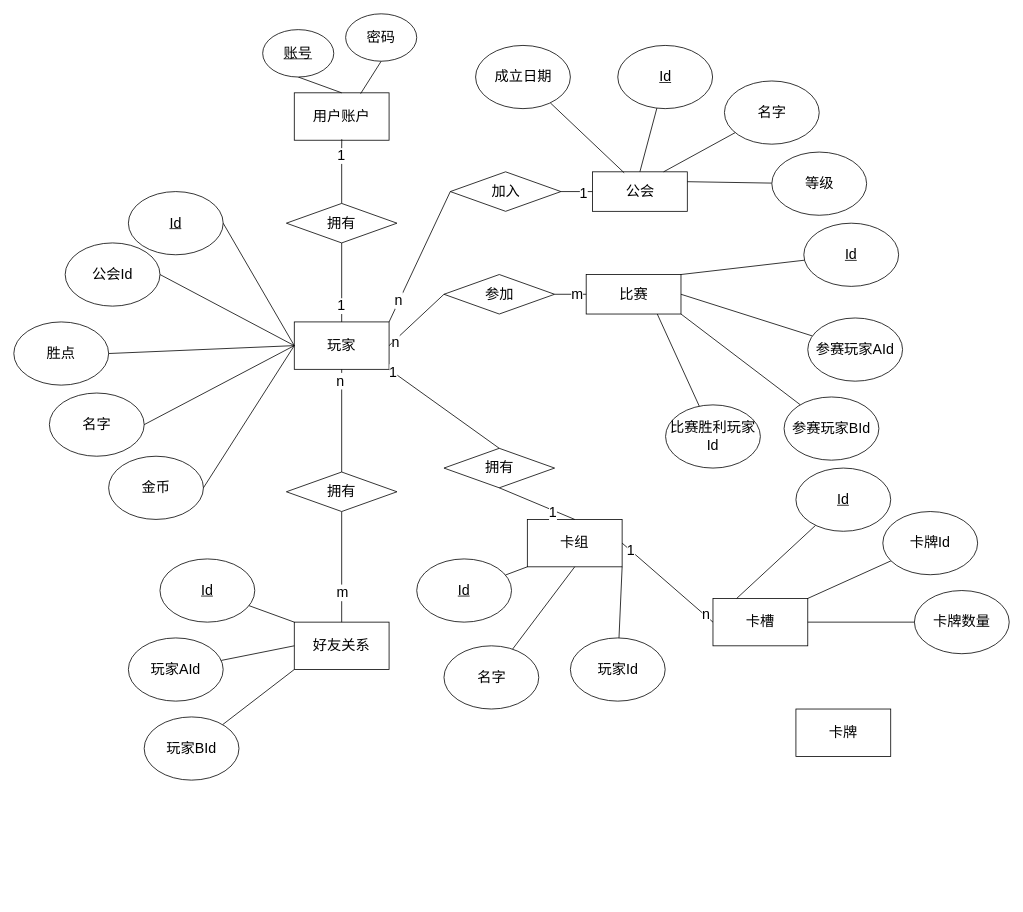
Before: BS_ER.drawio in zgzcir/draw.io, a draw.io diagram. Source tidied: cells renumbered, new cells numbered last; positions are measured from the earlier drawing's top-left corner, leaving out a move shared by most shapes. Both pictures are drawn from the tidied source at 79%, with x=0, y=0 at pixel (13, 13).
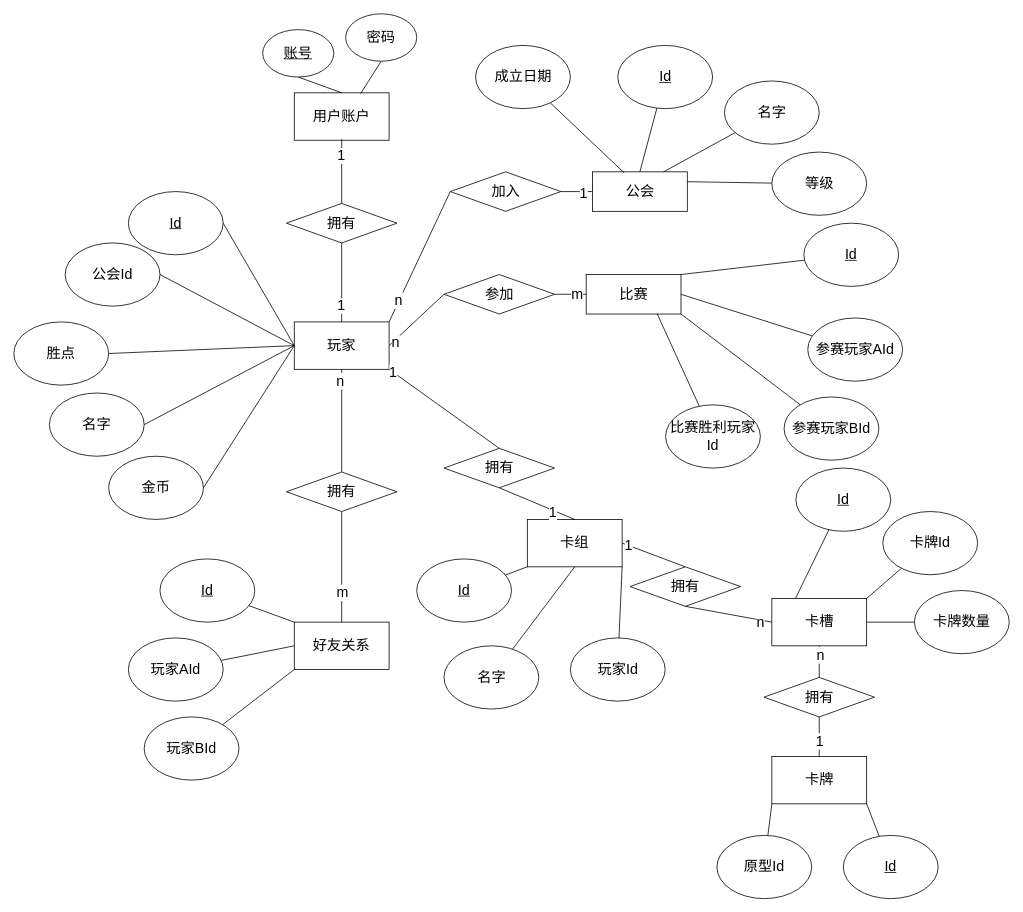
The same page after the edit.

The change refers to these unchanged cells:
```xml
<mxCell id="65" value="卡组" style="rounded=0;whiteSpace=wrap;html=1;fontSize=18;" parent="1" vertex="1">
  <mxGeometry x="650" y="640" width="120" height="60" as="geometry" />
</mxCell>
```

Diff of the diagram source:
```diff
@@
     <mxCell id="77" value="卡槽" style="rounded=0;whiteSpace=wrap;html=1;fontSize=18;" parent="1" vertex="1">
-      <mxGeometry x="885" y="740" width="120" height="60" as="geometry" />
+      <mxGeometry x="959.5" y="740" width="120" height="60" as="geometry" />
     </mxCell>
@@
-    <mxCell id="84" style="endArrow=none;html=1;shadow=0;fontSize=18;strokeColor=#000000;entryX=1;entryY=0.5;entryDx=0;entryDy=0;exitX=0;exitY=0.5;exitDx=0;exitDy=0;" parent="1" edge="1" source="77" target="65">
+    <mxCell id="84" style="endArrow=none;html=1;shadow=0;fontSize=18;strokeColor=#000000;entryX=1;entryY=0.5;entryDx=0;entryDy=0;exitX=0.5;exitY=0;exitDx=0;exitDy=0;" parent="1" edge="1" source="92" target="65">
       <mxGeometry relative="1" as="geometry" />
     </mxCell>
@@
-    <mxCell id="86" value="n" style="edgeLabel;html=1;align=center;verticalAlign=middle;fontSize=18;" parent="84" vertex="1">
-      <mxGeometry x="-0.81" y="-2" relative="1" as="geometry" />
-    </mxCell>
     <mxCell id="87" value="卡牌" style="rounded=0;whiteSpace=wrap;html=1;fontSize=18;" parent="1" vertex="1">
-      <mxGeometry x="990" y="880" width="120" height="60" as="geometry" />
+      <mxGeometry x="959.5" y="940" width="120" height="60" as="geometry" />
     </mxCell>
+    <mxCell id="88" style="endArrow=none;html=1;exitX=1;exitY=1;exitDx=0;exitDy=0;fontSize=18;" parent="1" edge="1" source="87" target="89">
+      <mxGeometry relative="1" as="geometry" />
+    </mxCell>
+    <mxCell id="89" value="&lt;u style=&quot;font-size: 18px;&quot;&gt;Id&lt;/u&gt;" style="ellipse;whiteSpace=wrap;html=1;fontSize=18;" parent="1" vertex="1">
+      <mxGeometry x="1050" y="1040" width="120" height="80" as="geometry" />
+    </mxCell>
+    <mxCell id="90" style="endArrow=none;html=1;exitX=0;exitY=1;exitDx=0;exitDy=0;fontSize=18;" parent="1" edge="1" source="87" target="91">
+      <mxGeometry relative="1" as="geometry" />
+    </mxCell>
+    <mxCell id="91" value="原型Id" style="ellipse;whiteSpace=wrap;html=1;fontSize=18;" parent="1" vertex="1">
+      <mxGeometry x="890" y="1040" width="120" height="80" as="geometry" />
+    </mxCell>
+    <mxCell id="92" value="拥有" style="rhombus;whiteSpace=wrap;html=1;fontSize=18;" parent="1" vertex="1">
+      <mxGeometry x="780" y="700" width="140" height="50" as="geometry" />
+    </mxCell>
+    <mxCell id="93" style="endArrow=none;html=1;shadow=0;fontSize=18;strokeColor=#000000;entryX=0.5;entryY=1;entryDx=0;entryDy=0;exitX=0;exitY=0.5;exitDx=0;exitDy=0;" parent="1" edge="1" source="77" target="92">
+      <mxGeometry relative="1" as="geometry" />
+    </mxCell>
+    <mxCell id="94" value="n" style="edgeLabel;html=1;align=center;verticalAlign=middle;fontSize=18;" parent="93" vertex="1">
+      <mxGeometry x="-0.91" relative="1" as="geometry">
+        <mxPoint x="-10" y="1" as="offset" />
+      </mxGeometry>
+    </mxCell>
+    <mxCell id="95" value="拥有" style="rhombus;whiteSpace=wrap;html=1;fontSize=18;" parent="1" vertex="1">
+      <mxGeometry x="949.5" y="840" width="140" height="50" as="geometry" />
+    </mxCell>
+    <mxCell id="96" style="endArrow=none;html=1;shadow=0;fontSize=18;strokeColor=#000000;entryX=0.5;entryY=1;entryDx=0;entryDy=0;exitX=0.5;exitY=0;exitDx=0;exitDy=0;" parent="1" edge="1" source="95" target="77">
+      <mxGeometry relative="1" as="geometry" />
+    </mxCell>
+    <mxCell id="97" value="n" style="edgeLabel;html=1;align=center;verticalAlign=middle;fontSize=18;" parent="96" vertex="1">
+      <mxGeometry x="0.47" relative="1" as="geometry">
+        <mxPoint x="1" as="offset" />
+      </mxGeometry>
+    </mxCell>
+    <mxCell id="98" style="endArrow=none;html=1;shadow=0;fontSize=18;strokeColor=#000000;entryX=0.5;entryY=1;entryDx=0;entryDy=0;exitX=0.5;exitY=0;exitDx=0;exitDy=0;" parent="1" edge="1" source="87" target="95">
+      <mxGeometry relative="1" as="geometry" />
+    </mxCell>
+    <mxCell id="99" value="1" style="edgeLabel;html=1;align=center;verticalAlign=middle;fontSize=18;" parent="98" vertex="1">
+      <mxGeometry x="-0.64" y="2" relative="1" as="geometry">
+        <mxPoint x="2" y="-11" as="offset" />
+      </mxGeometry>
+    </mxCell>
```
